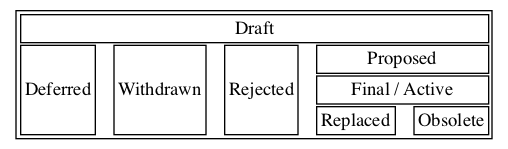
Before: bip-0002/process.png, a diagram exported from Graphviz (bitcoin/bips). Its source is kept beside it as bip-0002/process.gv.
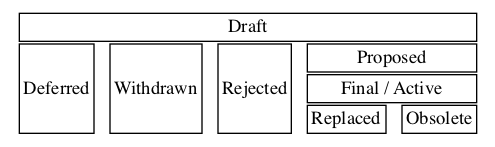
Later version of the same file.

Commit message:
Remove superflous box

Change to the diagram source:
```diff
@@ -4,26 +4,26 @@
 
   Single [style = filled, fillcolor = white, shape = none,
     label = <
-      <table>
+      <table border="0">
         <tr>
-          <td colspan="9">Draft</td>
+          <td border="1" colspan="9">Draft</td>
         </tr>
         <tr>
-          <td rowspan="3">Deferred</td>
+          <td border="1" rowspan="3">Deferred</td>
           <td rowspan="3" style="invis">&nbsp;</td>
-          <td rowspan="3">Withdrawn</td>
+          <td border="1" rowspan="3">Withdrawn</td>
           <td rowspan="3" style="invis">&nbsp;</td>
-          <td rowspan="3">Rejected</td>
+          <td border="1" rowspan="3">Rejected</td>
           <td rowspan="3" style="invis">&nbsp;</td>
-          <td colspan="3">Proposed</td>
+          <td border="1" colspan="3">Proposed</td>
         </tr>
         <tr>
-          <td colspan="3">Final / Active</td>
+          <td border="1" colspan="3">Final / Active</td>
         </tr>
         <tr>
-          <td>Replaced</td>
+          <td border="1">Replaced</td>
           <td style="invis">&nbsp;</td>
-          <td>Obsolete</td>
+          <td border="1">Obsolete</td>
         </tr>
       </table>
     >
```
